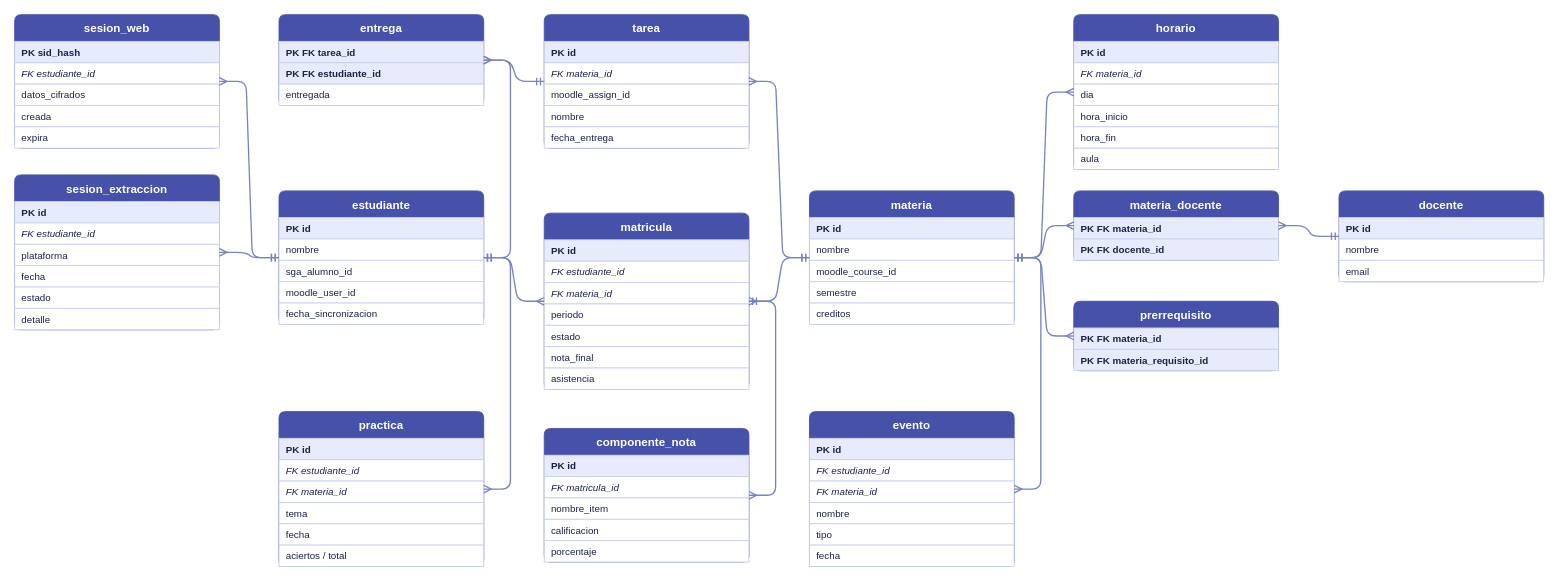
This is docs/AcademIA_ER.drawio from ecantosc-blip/AcademIA, a draw.io file, before an edit. Source tidied: cells renumbered, new cells numbered last; positions are measured from the earlier drawing's top-left corner, leaving out a move shared by most shapes. Both pictures are drawn from the tidied source at 89%, with x=0, y=0 at pixel (14, 14).
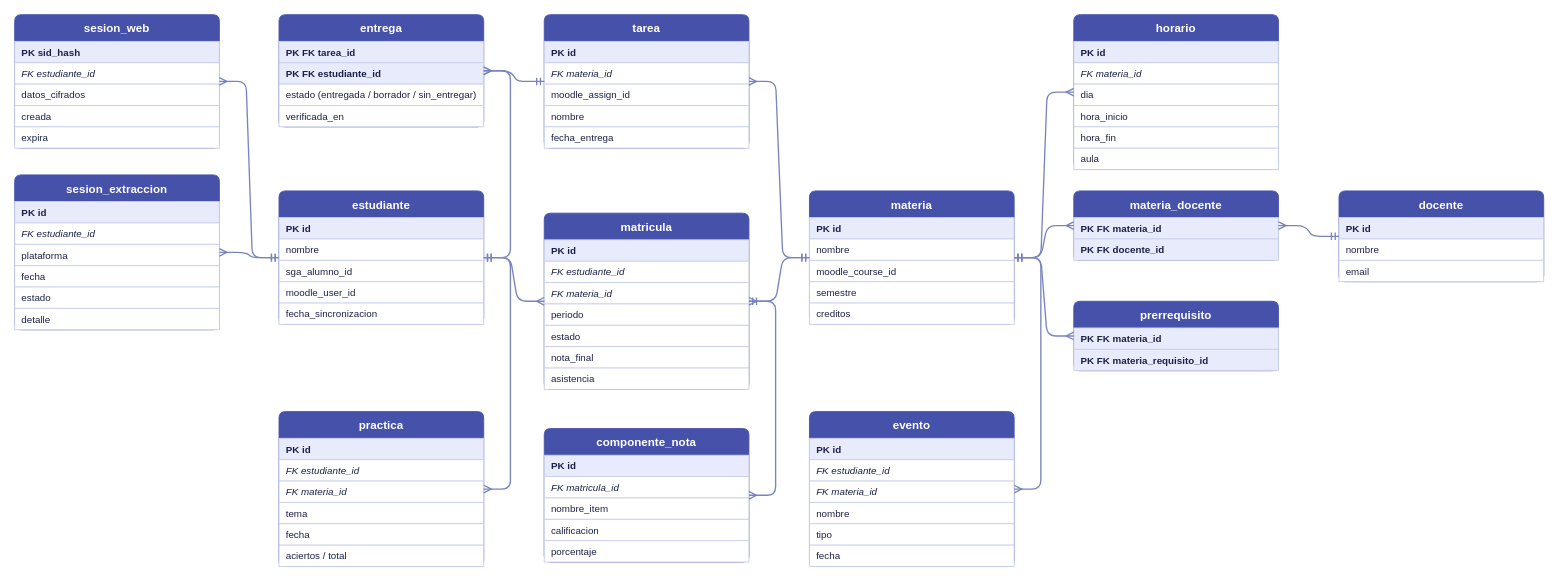
The same page after the edit.

The edit, as a diff of the source:
```diff
@@
     <mxCell id="28" value="entrega" style="swimlane;fontStyle=1;horizontal=1;startSize=30;rounded=1;arcSize=8;fillColor=#4652AA;strokeColor=#4652AA;fontColor=#FFFFFF;fontSize=13;" parent="1" vertex="1">
-      <mxGeometry x="297" width="230" height="102" as="geometry" />
+      <mxGeometry x="297" width="230" height="126" as="geometry" />
     </mxCell>
@@
-    <mxCell id="31" value="      entregada" style="text;strokeColor=#C9CFEA;fillColor=#FFFFFF;align=left;verticalAlign=middle;spacingLeft=6;spacingRight=6;overflow=hidden;fontSize=11;fontColor=#1B2145;fontStyle=0;" parent="28" vertex="1">
+    <mxCell id="31" value="      estado (entregada / borrador / sin_entregar)" style="text;strokeColor=#C9CFEA;fillColor=#FFFFFF;align=left;verticalAlign=middle;spacingLeft=6;spacingRight=6;overflow=hidden;fontSize=11;fontColor=#1B2145;fontStyle=0;" parent="28" vertex="1">
       <mxGeometry y="78" width="230" height="24" as="geometry" />
     </mxCell>
+    <mxCell id="96" value="      verificada_en" style="text;strokeColor=#C9CFEA;fillColor=#FFFFFF;align=left;verticalAlign=middle;spacingLeft=6;spacingRight=6;overflow=hidden;fontSize=11;fontColor=#1B2145;fontStyle=0;" parent="28" vertex="1">
+      <mxGeometry y="102" width="230" height="24" as="geometry" />
+    </mxCell>
```
